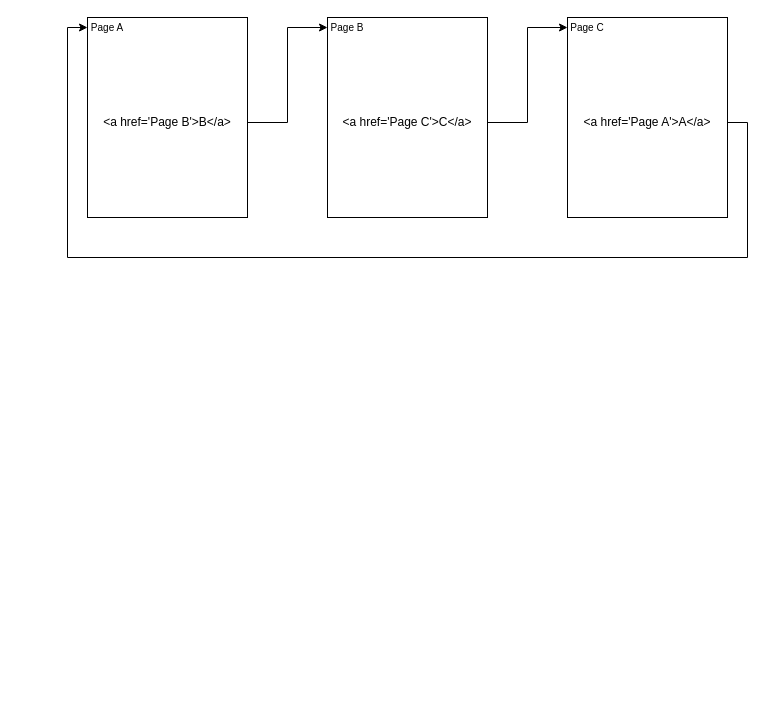
VisableHarry/seo-drawio keeps this draw.io diagram as drawio/internal_links1225.drawio. Above is the earlier version. Source tidied: cells renumbered, new cells numbered last; positions are measured from the earlier drawing's top-left corner, leaving out a move shared by most shapes. Both pictures are drawn from the tidied source at 100%, with x=0, y=0 at pixel (67, 17).
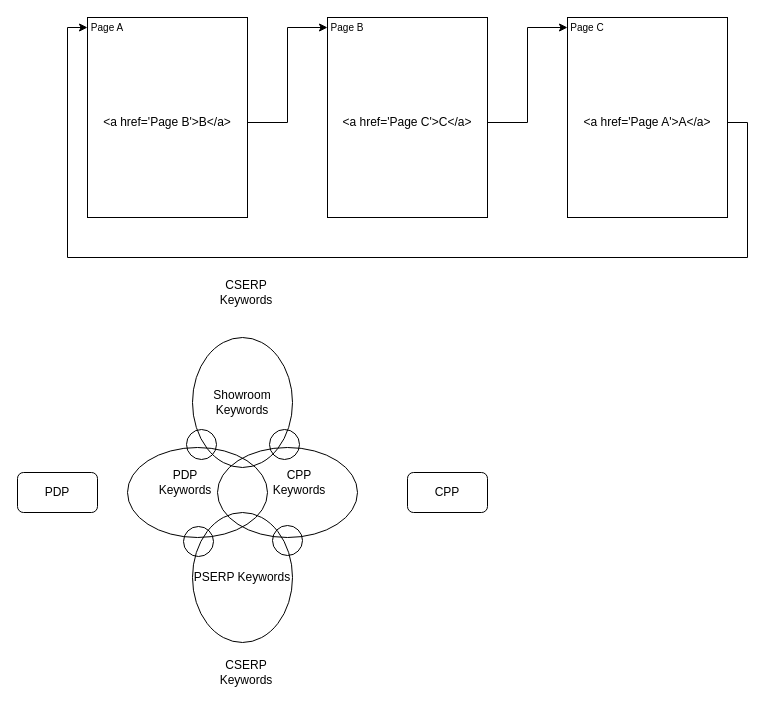
The same page after the edit.

Diff of the diagram source:
```diff
@@
+    <mxCell id="14" value="PDP" style="rounded=1;whiteSpace=wrap;html=1;" parent="1" vertex="1">
+      <mxGeometry x="-50" y="455" width="80" height="40" as="geometry" />
+    </mxCell>
+    <mxCell id="15" value="CPP" style="rounded=1;whiteSpace=wrap;html=1;" parent="1" vertex="1">
+      <mxGeometry x="340" y="455" width="80" height="40" as="geometry" />
+    </mxCell>
+    <mxCell id="16" value="PSERP Keywords" style="ellipse;whiteSpace=wrap;html=1;fillColor=none;" parent="1" vertex="1">
+      <mxGeometry x="125" y="495" width="100" height="130" as="geometry" />
+    </mxCell>
+    <mxCell id="17" value="Showroom Keywords" style="ellipse;whiteSpace=wrap;html=1;fillColor=none;" parent="1" vertex="1">
+      <mxGeometry x="125" y="320" width="100" height="130" as="geometry" />
+    </mxCell>
+    <mxCell id="18" style="ellipse;whiteSpace=wrap;html=1;fillColor=none;" parent="1" vertex="1">
+      <mxGeometry x="202" y="412" width="30" height="30" as="geometry" />
+    </mxCell>
+    <mxCell id="19" style="ellipse;whiteSpace=wrap;html=1;fillColor=none;align=left;" parent="1" vertex="1">
+      <mxGeometry x="60" y="430" width="140" height="90" as="geometry" />
+    </mxCell>
+    <mxCell id="20" style="ellipse;whiteSpace=wrap;html=1;fillColor=none;align=right;" parent="1" vertex="1">
+      <mxGeometry x="150" y="430" width="140" height="90" as="geometry" />
+    </mxCell>
+    <mxCell id="21" value="PDP Keywords" style="text;html=1;align=center;verticalAlign=middle;whiteSpace=wrap;rounded=0;" parent="1" vertex="1">
+      <mxGeometry x="86" y="450" width="64" height="30" as="geometry" />
+    </mxCell>
+    <mxCell id="22" value="CPP Keywords" style="text;html=1;align=center;verticalAlign=middle;whiteSpace=wrap;rounded=0;" parent="1" vertex="1">
+      <mxGeometry x="200" y="450" width="64" height="30" as="geometry" />
+    </mxCell>
+    <mxCell id="23" style="ellipse;whiteSpace=wrap;html=1;fillColor=none;" parent="1" vertex="1">
+      <mxGeometry x="205" y="508" width="30" height="30" as="geometry" />
+    </mxCell>
+    <mxCell id="24" style="ellipse;whiteSpace=wrap;html=1;fillColor=none;" parent="1" vertex="1">
+      <mxGeometry x="119" y="412" width="30" height="30" as="geometry" />
+    </mxCell>
+    <mxCell id="25" style="ellipse;whiteSpace=wrap;html=1;fillColor=none;" parent="1" vertex="1">
+      <mxGeometry x="116" y="509" width="30" height="30" as="geometry" />
+    </mxCell>
+    <mxCell id="26" value="CSERP Keywords" style="text;html=1;align=center;verticalAlign=middle;whiteSpace=wrap;rounded=0;" parent="1" vertex="1">
+      <mxGeometry x="149" y="640" width="60" height="30" as="geometry" />
+    </mxCell>
+    <mxCell id="27" value="CSERP Keywords" style="text;html=1;align=center;verticalAlign=middle;whiteSpace=wrap;rounded=0;" parent="1" vertex="1">
+      <mxGeometry x="149" y="260" width="60" height="30" as="geometry" />
+    </mxCell>
```
